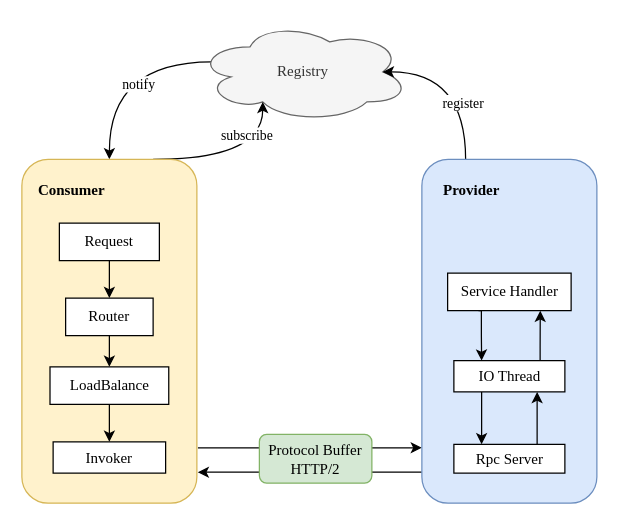
Earlier version of the draw.io diagram DrawIO_file/毕业论文画图/RPC原理图.drawio (DingDongZz/typera_PicGO). Source tidied: cells renumbered, new cells numbered last; positions are measured from the earlier drawing's top-left corner, leaving out a move shared by most shapes. Both pictures are drawn from the tidied source at 125%, with x=0, y=0 at pixel (21, 21).
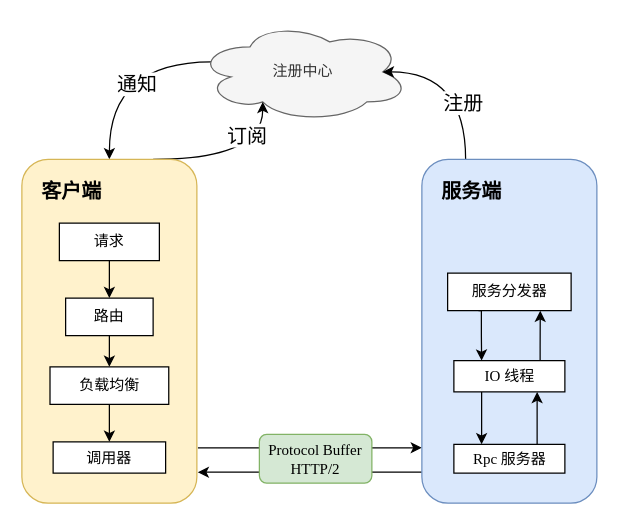
The same diagram, later.

Commit message:
更新RPC原理图.drawio

Unchanged cells that the change refers to:
```xml
<mxCell id="11" style="group;fontStyle=1;fontFamily=Times New Roman;" parent="1" vertex="1">
  <mxGeometry y="110" width="140" height="275" as="geometry" />
</mxCell>
<mxCell id="12" style="rounded=1;whiteSpace=wrap;html=1;fontFamily=Times New Roman;fillColor=#fff2cc;strokeColor=#d6b656;" parent="11" vertex="1">
  <mxGeometry width="140" height="275" as="geometry" />
</mxCell>
<mxCell id="22" style="rounded=1;whiteSpace=wrap;html=1;fontFamily=Times New Roman;fillColor=#dae8fc;strokeColor=#6c8ebf;" parent="21" vertex="1">
  <mxGeometry width="140" height="275" as="geometry" />
</mxCell>
```

Diff of the diagram source:
```diff
@@
-    <mxCell id="2" style="rounded=0;jettySize=auto;html=1;exitX=0.07;exitY=0.4;exitDx=0;exitDy=0;exitPerimeter=0;entryX=0.5;entryY=0;entryDx=0;entryDy=0;fontFamily=Times New Roman;edgeStyle=orthogonalEdgeStyle;curved=1;" parent="1" edge="1" source="4" target="12">
+    <mxCell id="2" style="rounded=0;jettySize=auto;html=1;exitX=0.07;exitY=0.4;exitDx=0;exitDy=0;exitPerimeter=0;entryX=0.5;entryY=0;entryDx=0;entryDy=0;fontFamily=宋体;edgeStyle=orthogonalEdgeStyle;curved=1;" parent="1" edge="1" source="4" target="12">
       <mxGeometry relative="1" as="geometry">
         <Array as="points">
           <mxPoint x="70" y="32" />
         </Array>
       </mxGeometry>
     </mxCell>
-    <mxCell id="3" value="&amp;nbsp;notify" style="edgeLabel;html=1;align=center;verticalAlign=middle;fontFamily=Times New Roman;" parent="2" vertex="1">
+    <mxCell id="3" value="通知" style="edgeLabel;html=1;align=center;verticalAlign=middle;fontFamily=宋体;fontSize=16;" parent="2" vertex="1">
       <mxGeometry x="-0.02" y="2" relative="1" as="geometry">
         <mxPoint x="18" y="15" as="offset" />
       </mxGeometry>
     </mxCell>
-    <mxCell id="4" value="Registry" style="ellipse;shape=cloud;whiteSpace=wrap;html=1;fontFamily=Times New Roman;fillColor=#f5f5f5;strokeColor=#666666;fontColor=#333333;" parent="1" vertex="1">
+    <mxCell id="4" value="&lt;font&gt;注册中心&lt;/font&gt;" style="ellipse;shape=cloud;whiteSpace=wrap;html=1;fontFamily=宋体;fillColor=#f5f5f5;strokeColor=#666666;fontColor=#333333;" parent="1" vertex="1">
       <mxGeometry x="140" width="170" height="80" as="geometry" />
     </mxCell>
-    <mxCell id="5" style="rounded=0;jettySize=auto;html=1;fontFamily=Times New Roman;entryX=0.31;entryY=0.8;entryDx=0;entryDy=0;entryPerimeter=0;exitX=0.75;exitY=0;exitDx=0;exitDy=0;edgeStyle=orthogonalEdgeStyle;curved=1;" parent="1" edge="1" source="12" target="4">
+    <mxCell id="5" style="rounded=0;jettySize=auto;html=1;fontFamily=宋体;entryX=0.31;entryY=0.8;entryDx=0;entryDy=0;entryPerimeter=0;exitX=0.75;exitY=0;exitDx=0;exitDy=0;edgeStyle=orthogonalEdgeStyle;curved=1;" parent="1" edge="1" source="12" target="4">
       <mxGeometry relative="1" as="geometry">
         <Array as="points">
           <mxPoint x="193" y="110" />
         </Array>
       </mxGeometry>
     </mxCell>
-    <mxCell id="6" value="subscribe" style="edgeLabel;html=1;align=center;verticalAlign=middle;fontFamily=Times New Roman;" parent="5" vertex="1">
+    <mxCell id="6" value="订阅" style="edgeLabel;html=1;align=center;verticalAlign=middle;fontFamily=宋体;fontSize=16;" parent="5" vertex="1">
       <mxGeometry x="-0.23" y="1" relative="1" as="geometry">
         <mxPoint x="23" y="-19" as="offset" />
       </mxGeometry>
     </mxCell>
-    <mxCell id="7" style="edgeStyle=orthogonalEdgeStyle;rounded=0;jettySize=auto;html=1;exitX=0.25;exitY=0;exitDx=0;exitDy=0;entryX=0.875;entryY=0.5;entryDx=0;entryDy=0;entryPerimeter=0;fontFamily=Times New Roman;curved=1;" parent="1" edge="1" source="22" target="4">
+    <mxCell id="7" style="edgeStyle=orthogonalEdgeStyle;rounded=0;jettySize=auto;html=1;exitX=0.25;exitY=0;exitDx=0;exitDy=0;entryX=0.875;entryY=0.5;entryDx=0;entryDy=0;entryPerimeter=0;fontFamily=宋体;curved=1;" parent="1" edge="1" source="22" target="4">
       <mxGeometry relative="1" as="geometry">
         <Array as="points">
           <mxPoint x="355" y="40" />
         </Array>
       </mxGeometry>
     </mxCell>
-    <mxCell id="8" value="register" style="edgeLabel;html=1;align=center;verticalAlign=middle;fontFamily=Times New Roman;" parent="7" vertex="1">
+    <mxCell id="8" value="注册" style="edgeLabel;html=1;align=center;verticalAlign=middle;fontFamily=宋体;fontSize=16;" parent="7" vertex="1">
       <mxGeometry x="-0.03" y="3" relative="1" as="geometry">
         <mxPoint y="20" as="offset" />
       </mxGeometry>
     </mxCell>
@@
-    <mxCell id="13" style="edgeStyle=orthogonalEdgeStyle;rounded=0;jettySize=auto;html=1;entryX=0.5;entryY=0;entryDx=0;entryDy=0;fontFamily=Times New Roman;" parent="11" edge="1" source="14" target="16">
+    <mxCell id="13" style="edgeStyle=orthogonalEdgeStyle;rounded=0;jettySize=auto;html=1;entryX=0.5;entryY=0;entryDx=0;entryDy=0;fontFamily=宋体;" parent="11" edge="1" source="14" target="16">
       <mxGeometry relative="1" as="geometry" />
     </mxCell>
-    <mxCell id="14" value="Router" style="rounded=0;whiteSpace=wrap;html=1;fontFamily=Times New Roman;" parent="11" vertex="1">
+    <mxCell id="14" value="路由" style="rounded=0;whiteSpace=wrap;html=1;fontFamily=宋体;" parent="11" vertex="1">
       <mxGeometry x="35" y="111" width="70" height="30" as="geometry" />
     </mxCell>
-    <mxCell id="15" style="edgeStyle=orthogonalEdgeStyle;rounded=0;jettySize=auto;html=1;entryX=0.5;entryY=0;entryDx=0;entryDy=0;fontFamily=Times New Roman;" parent="11" edge="1" source="16" target="17">
+    <mxCell id="15" style="edgeStyle=orthogonalEdgeStyle;rounded=0;jettySize=auto;html=1;entryX=0.5;entryY=0;entryDx=0;entryDy=0;fontFamily=宋体;" parent="11" edge="1" source="16" target="17">
       <mxGeometry relative="1" as="geometry" />
     </mxCell>
-    <mxCell id="16" value="LoadBalance" style="rounded=0;whiteSpace=wrap;html=1;fontFamily=Times New Roman;" parent="11" vertex="1">
+    <mxCell id="16" value="负载均衡" style="rounded=0;whiteSpace=wrap;html=1;fontFamily=宋体;" parent="11" vertex="1">
       <mxGeometry x="22.5" y="166" width="95" height="30" as="geometry" />
     </mxCell>
-    <mxCell id="17" value="Invoker" style="rounded=0;whiteSpace=wrap;html=1;fontFamily=Times New Roman;" parent="11" vertex="1">
+    <mxCell id="17" value="调用器" style="rounded=0;whiteSpace=wrap;html=1;fontFamily=宋体;" parent="11" vertex="1">
       <mxGeometry x="25" y="226" width="90" height="25" as="geometry" />
     </mxCell>
-    <mxCell id="18" style="edgeStyle=orthogonalEdgeStyle;rounded=0;jettySize=auto;html=1;entryX=0.5;entryY=0;entryDx=0;entryDy=0;fontFamily=Times New Roman;" parent="11" edge="1" source="19" target="14">
+    <mxCell id="18" style="edgeStyle=orthogonalEdgeStyle;rounded=0;jettySize=auto;html=1;entryX=0.5;entryY=0;entryDx=0;entryDy=0;fontFamily=宋体;" parent="11" edge="1" source="19" target="14">
       <mxGeometry relative="1" as="geometry" />
     </mxCell>
-    <mxCell id="19" value="Request" style="rounded=0;whiteSpace=wrap;html=1;fontFamily=Times New Roman;" parent="11" vertex="1">
+    <mxCell id="19" value="请求" style="rounded=0;whiteSpace=wrap;html=1;fontFamily=宋体;" parent="11" vertex="1">
       <mxGeometry x="30" y="51" width="80" height="30" as="geometry" />
     </mxCell>
-    <mxCell id="20" value="&lt;b&gt;Consumer&lt;/b&gt;" style="text;html=1;align=center;verticalAlign=middle;whiteSpace=wrap;rounded=0;fontFamily=Times New Roman;" parent="11" vertex="1">
+    <mxCell id="20" value="&lt;b&gt;客户端&lt;/b&gt;" style="text;html=1;align=center;verticalAlign=middle;whiteSpace=wrap;rounded=0;fontFamily=宋体;fontSize=16;" parent="11" vertex="1">
       <mxGeometry x="10" y="10" width="60" height="30" as="geometry" />
     </mxCell>
-    <mxCell id="21" style="group;fontFamily=Times New Roman;" parent="1" vertex="1">
+    <mxCell id="21" style="group;fontFamily=Times New Roman;fontSize=16;" parent="1" vertex="1">
       <mxGeometry x="320" y="110" width="140" height="275" as="geometry" />
     </mxCell>
@@
-    <mxCell id="25" value="Rpc Server" style="rounded=0;whiteSpace=wrap;html=1;fontFamily=Times New Roman;" parent="21" vertex="1">
+    <mxCell id="25" value="Rpc &lt;font face=&quot;宋体&quot;&gt;服务器&lt;/font&gt;" style="rounded=0;whiteSpace=wrap;html=1;fontFamily=Times New Roman;" parent="21" vertex="1">
       <mxGeometry x="25.6" y="228" width="88.8" height="23" as="geometry" />
     </mxCell>
-    <mxCell id="26" value="Service Handler" style="rounded=0;whiteSpace=wrap;html=1;fontFamily=Times New Roman;" parent="21" vertex="1">
+    <mxCell id="26" value="&lt;font face=&quot;宋体&quot;&gt;服务分发器&lt;/font&gt;" style="rounded=0;whiteSpace=wrap;html=1;fontFamily=Times New Roman;" parent="21" vertex="1">
       <mxGeometry x="20.6" y="91" width="98.8" height="30" as="geometry" />
     </mxCell>
@@
-    <mxCell id="29" value="IO Thread" style="rounded=0;whiteSpace=wrap;html=1;fontFamily=Times New Roman;" parent="21" vertex="1">
+    <mxCell id="29" value="IO &lt;font face=&quot;宋体&quot;&gt;线程&lt;/font&gt;" style="rounded=0;whiteSpace=wrap;html=1;fontFamily=Times New Roman;" parent="21" vertex="1">
       <mxGeometry x="25.6" y="161" width="88.8" height="25" as="geometry" />
     </mxCell>
-    <mxCell id="30" value="Provider" style="text;html=1;align=center;verticalAlign=middle;whiteSpace=wrap;rounded=0;fontStyle=1;fontFamily=Times New Roman;" parent="21" vertex="1">
+    <mxCell id="30" value="&lt;font face=&quot;宋体&quot;&gt;服务端&lt;/font&gt;" style="text;html=1;align=center;verticalAlign=middle;whiteSpace=wrap;rounded=0;fontStyle=1;fontFamily=Times New Roman;fontSize=16;" parent="21" vertex="1">
       <mxGeometry x="10" y="10" width="60" height="30" as="geometry" />
     </mxCell>
```
